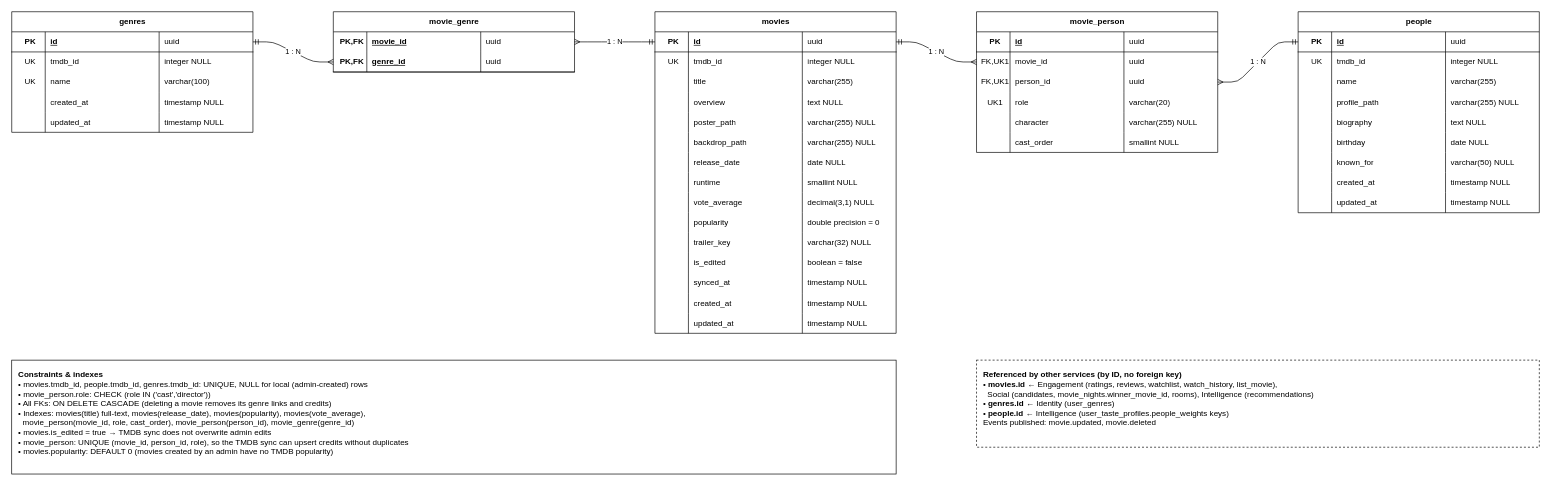
Before: docs/erd/catalog-erd.drawio in MariaMakary/MoviePlatform, a draw.io diagram. Source tidied: cells renumbered, new cells numbered last; positions are measured from the earlier drawing's top-left corner, leaving out a move shared by most shapes. Both pictures are drawn from the tidied source at 67%, with x=0, y=0 at pixel (11, 11).
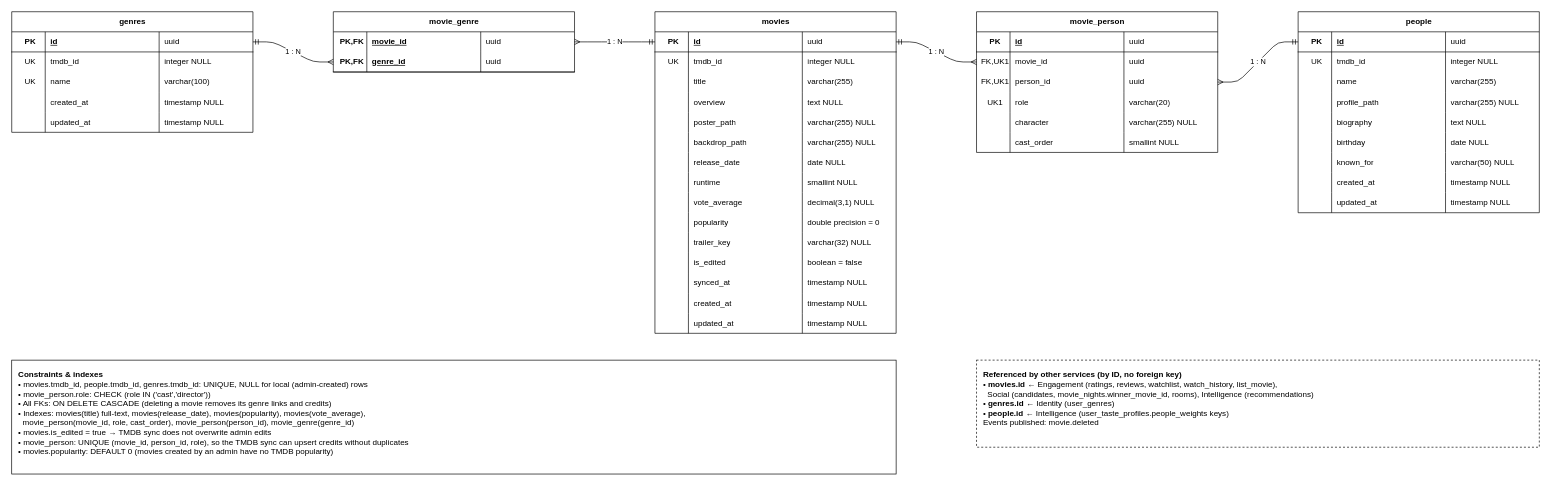
The same page after the edit.

What changed in the source:
```diff
@@
-    <mxCell id="160" value="&lt;b&gt;Referenced by other services (by ID, no foreign key)&lt;/b&gt;&lt;br&gt;• &lt;b&gt;movies.id&lt;/b&gt; ← Engagement (ratings, reviews, watchlist, watch_history, list_movie),&lt;br&gt;&amp;nbsp;&amp;nbsp;Social (candidates, movie_nights.winner_movie_id, rooms), Intelligence (recommendations)&lt;br&gt;• &lt;b&gt;genres.id&lt;/b&gt; ← Identity (user_genres)&lt;br&gt;• &lt;b&gt;people.id&lt;/b&gt; ← Intelligence (user_taste_profiles.people_weights keys)&lt;br&gt;Events published: movie.updated, movie.deleted" style="rounded=0;whiteSpace=wrap;html=1;align=left;verticalAlign=top;spacing=10;fillColor=#FFFFFF;strokeColor=#000000;fontColor=#000000;fontFamily=Arial;fontSize=12;dashed=1;" parent="1" vertex="1">
+    <mxCell id="160" value="&lt;b&gt;Referenced by other services (by ID, no foreign key)&lt;/b&gt;&lt;br&gt;• &lt;b&gt;movies.id&lt;/b&gt; ← Engagement (ratings, reviews, watchlist, watch_history, list_movie),&lt;br&gt;&amp;nbsp;&amp;nbsp;Social (candidates, movie_nights.winner_movie_id, rooms), Intelligence (recommendations)&lt;br&gt;• &lt;b&gt;genres.id&lt;/b&gt; ← Identity (user_genres)&lt;br&gt;• &lt;b&gt;people.id&lt;/b&gt; ← Intelligence (user_taste_profiles.people_weights keys)&lt;br&gt;Events published: movie.deleted" style="rounded=0;whiteSpace=wrap;html=1;align=left;verticalAlign=top;spacing=10;fillColor=#FFFFFF;strokeColor=#000000;fontColor=#000000;fontFamily=Arial;fontSize=12;dashed=1;" parent="1" vertex="1">
       <mxGeometry x="1440" y="520" width="840" height="130" as="geometry" />
     </mxCell>
```
